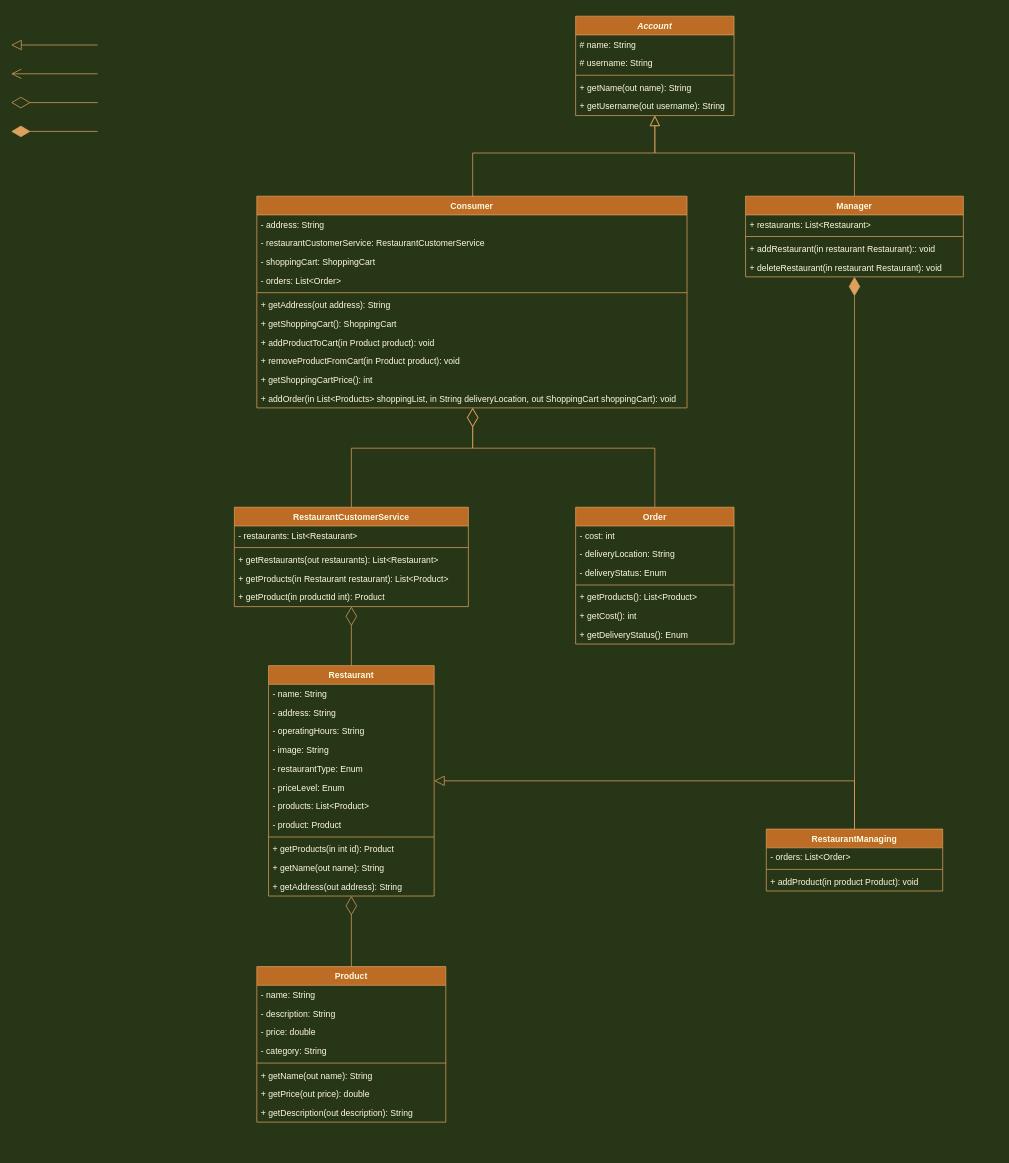
Above: UML/AWA_UML_Class.drawio in AWAProjectT35/awa-documentation (draw.io), before the change. Source tidied: cells renumbered, new cells numbered last; positions are measured from the earlier drawing's top-left corner, leaving out a move shared by most shapes. Both pictures are drawn from the tidied source at 72%, with x=0, y=0 at pixel (11, 16).
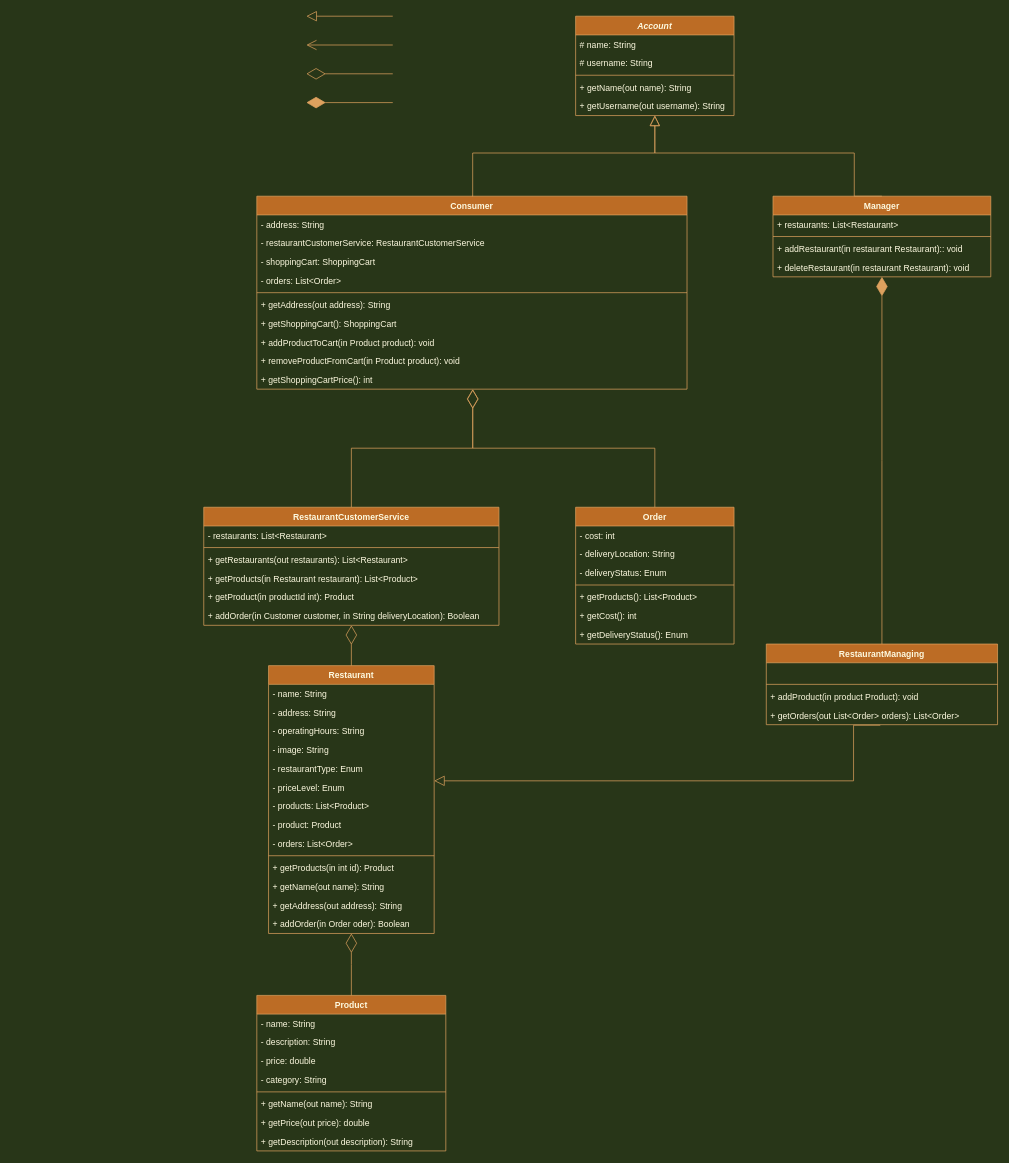
After the change.

Commit message (it also covers changes not shown here):
UML Class Diagram: Ordering done?

The change refers to these unchanged cells:
```xml
<mxCell id="19" value="+ getShoppingCartPrice(): int" style="text;strokeColor=none;fillColor=none;align=left;verticalAlign=top;spacingLeft=4;spacingRight=4;overflow=hidden;points=[[0,0.5],[1,0.5]];portConstraint=eastwest;rounded=0;shadow=0;glass=0;labelBorderColor=none;fontColor=#FEFAE0;" parent="9" vertex="1">
  <mxGeometry y="242" width="597.5" height="26" as="geometry" />
</mxCell>
<mxCell id="49" value="Order&#10;" style="swimlane;fontStyle=1;align=center;verticalAlign=top;horizontal=1;startSize=26;rounded=0;shadow=0;glass=0;labelBorderColor=none;strokeColor=#DDA15E;fillColor=#BC6C25;fontColor=#FEFAE0;" parent="1" vertex="1">
  <mxGeometry x="784" y="682" width="220" height="190" as="geometry" />
</mxCell>
```

The edit, as a diff of the source:
```diff
@@
     <mxCell id="2" style="endArrow=block;endFill=0;endSize=12;html=1;rounded=0;edgeStyle=orthogonalEdgeStyle;labelBackgroundColor=#283618;strokeColor=#DDA15E;fontColor=#FEFAE0;" parent="1" edge="1">
       <mxGeometry relative="1" as="geometry">
-        <mxPoint x="120" y="40" as="sourcePoint" />
-        <mxPoint y="40" as="targetPoint" />
+        <mxPoint x="530" as="sourcePoint" />
+        <mxPoint x="410" as="targetPoint" />
       </mxGeometry>
     </mxCell>
@@
     <mxCell id="9" value="Consumer" style="swimlane;fontStyle=1;align=center;verticalAlign=top;horizontal=1;startSize=26;rounded=0;shadow=0;glass=0;labelBorderColor=none;strokeColor=#DDA15E;fillColor=#BC6C25;fontColor=#FEFAE0;" parent="1" vertex="1">
-      <mxGeometry x="341.2" y="250" width="597.5" height="294" as="geometry" />
+      <mxGeometry x="341.2" y="250" width="597.5" height="268" as="geometry" />
     </mxCell>
@@
-    <mxCell id="20" value="+ addOrder(in List&lt;Products&gt; shoppingList, in String deliveryLocation, out ShoppingCart shoppingCart): void" style="text;strokeColor=none;fillColor=none;align=left;verticalAlign=top;spacingLeft=4;spacingRight=4;overflow=hidden;points=[[0,0.5],[1,0.5]];portConstraint=eastwest;rounded=0;shadow=0;glass=0;labelBorderColor=none;fontColor=#FEFAE0;" parent="9" vertex="1">
-      <mxGeometry y="268" width="597.5" height="26" as="geometry" />
-    </mxCell>
     <mxCell id="21" value="Manager" style="swimlane;fontStyle=1;align=center;verticalAlign=top;horizontal=1;startSize=26;rounded=0;shadow=0;glass=0;labelBorderColor=none;strokeColor=#DDA15E;fillColor=#BC6C25;fontColor=#FEFAE0;" parent="1" vertex="1">
-      <mxGeometry x="1020" y="250" width="302.5" height="112" as="geometry" />
+      <mxGeometry x="1058.1" y="250" width="302.5" height="112" as="geometry" />
     </mxCell>
@@
     <mxCell id="26" value="Product" style="swimlane;fontStyle=1;align=center;verticalAlign=top;horizontal=1;startSize=26;rounded=0;shadow=0;glass=0;labelBorderColor=none;strokeColor=#DDA15E;fillColor=#BC6C25;fontColor=#FEFAE0;" parent="1" vertex="1">
-      <mxGeometry x="341.2" y="1320" width="262.5" height="216" as="geometry" />
+      <mxGeometry x="341.2" y="1360" width="262.5" height="216" as="geometry" />
     </mxCell>
@@
     <mxCell id="35" value="Restaurant" style="swimlane;fontStyle=1;align=center;verticalAlign=top;horizontal=1;startSize=26;rounded=0;shadow=0;glass=0;labelBorderColor=none;strokeColor=#DDA15E;fillColor=#BC6C25;fontColor=#FEFAE0;" parent="1" vertex="1">
-      <mxGeometry x="357.5" y="902" width="230" height="320" as="geometry" />
+      <mxGeometry x="357.5" y="902" width="230" height="372" as="geometry" />
     </mxCell>
@@
+    <mxCell id="77" value="- orders: List&lt;Order&gt;" style="text;strokeColor=none;fillColor=none;align=left;verticalAlign=top;spacingLeft=4;spacingRight=4;overflow=hidden;rounded=0;shadow=0;glass=0;labelBorderColor=none;fontColor=#FEFAE0;" parent="35" vertex="1">
+      <mxGeometry y="234" width="230" height="26" as="geometry" />
+    </mxCell>
     <mxCell id="44" style="line;strokeWidth=1;fillColor=none;align=left;verticalAlign=middle;spacingTop=-1;spacingLeft=3;spacingRight=3;labelPosition=right;rounded=0;shadow=0;glass=0;labelBorderColor=none;labelBackgroundColor=#283618;strokeColor=#DDA15E;fontColor=#FEFAE0;" parent="35" vertex="1">
-      <mxGeometry y="234" width="230" height="8" as="geometry" />
+      <mxGeometry y="260" width="230" height="8" as="geometry" />
     </mxCell>
     <mxCell id="45" value="+ getProducts(in int id): Product" style="text;strokeColor=none;fillColor=none;align=left;verticalAlign=top;spacingLeft=4;spacingRight=4;overflow=hidden;rounded=0;shadow=0;glass=0;labelBorderColor=none;fontColor=#FEFAE0;" parent="35" vertex="1">
-      <mxGeometry y="242" width="230" height="26" as="geometry" />
+      <mxGeometry y="268" width="230" height="26" as="geometry" />
     </mxCell>
     <mxCell id="46" value="+ getName(out name): String" style="text;strokeColor=none;fillColor=none;align=left;verticalAlign=top;spacingLeft=4;spacingRight=4;overflow=hidden;rounded=0;shadow=0;glass=0;labelBorderColor=none;fontColor=#FEFAE0;" parent="35" vertex="1">
-      <mxGeometry y="268" width="230" height="26" as="geometry" />
+      <mxGeometry y="294" width="230" height="26" as="geometry" />
     </mxCell>
     <mxCell id="47" value="+ getAddress(out address): String" style="text;strokeColor=none;fillColor=none;align=left;verticalAlign=top;spacingLeft=4;spacingRight=4;overflow=hidden;rounded=0;shadow=0;glass=0;labelBorderColor=none;fontColor=#FEFAE0;" parent="35" vertex="1">
-      <mxGeometry y="294" width="230" height="26" as="geometry" />
+      <mxGeometry y="320" width="230" height="26" as="geometry" />
     </mxCell>
+    <mxCell id="78" value="+ addOrder(in Order oder): Boolean" style="text;strokeColor=none;fillColor=none;align=left;verticalAlign=top;spacingLeft=4;spacingRight=4;overflow=hidden;rounded=0;shadow=0;glass=0;labelBorderColor=none;fontColor=#FEFAE0;" parent="35" vertex="1">
+      <mxGeometry y="346" width="230" height="26" as="geometry" />
+    </mxCell>
     <mxCell id="48" style="endArrow=open;endFill=1;endSize=12;html=1;rounded=0;edgeStyle=orthogonalEdgeStyle;labelBackgroundColor=#283618;strokeColor=#DDA15E;fontColor=#FEFAE0;" parent="1" edge="1">
       <mxGeometry relative="1" as="geometry">
-        <mxPoint x="120" y="80" as="sourcePoint" />
-        <mxPoint y="80" as="targetPoint" />
+        <mxPoint x="530" y="40" as="sourcePoint" />
+        <mxPoint x="410" y="40" as="targetPoint" />
       </mxGeometry>
     </mxCell>
@@
     <mxCell id="57" value="RestaurantCustomerService" style="swimlane;fontStyle=1;align=center;verticalAlign=top;horizontal=1;startSize=26;rounded=0;shadow=0;glass=0;labelBorderColor=none;strokeColor=#DDA15E;fillColor=#BC6C25;fontColor=#FEFAE0;" parent="1" vertex="1">
-      <mxGeometry x="310" y="682" width="325" height="138" as="geometry" />
+      <mxGeometry x="267.5" y="682" width="410" height="164" as="geometry" />
     </mxCell>
     <mxCell id="58" value="- restaurants: List&lt;Restaurant&gt;" style="text;strokeColor=none;fillColor=none;align=left;verticalAlign=top;spacingLeft=4;spacingRight=4;overflow=hidden;rounded=0;shadow=0;glass=0;labelBorderColor=none;fontColor=#FEFAE0;" parent="57" vertex="1">
-      <mxGeometry y="26" width="325" height="26" as="geometry" />
+      <mxGeometry y="26" width="410" height="26" as="geometry" />
     </mxCell>
     <mxCell id="59" style="line;strokeWidth=1;fillColor=none;align=left;verticalAlign=middle;spacingTop=-1;spacingLeft=3;spacingRight=3;labelPosition=right;rounded=0;shadow=0;glass=0;labelBorderColor=none;labelBackgroundColor=#283618;strokeColor=#DDA15E;fontColor=#FEFAE0;" parent="57" vertex="1">
-      <mxGeometry y="52" width="325" height="8" as="geometry" />
+      <mxGeometry y="52" width="410" height="8" as="geometry" />
     </mxCell>
     <mxCell id="60" value="+ getRestaurants(out restaurants): List&lt;Restaurant&gt;" style="text;strokeColor=none;fillColor=none;align=left;verticalAlign=top;spacingLeft=4;spacingRight=4;overflow=hidden;rounded=0;shadow=0;glass=0;labelBorderColor=none;fontColor=#FEFAE0;" parent="57" vertex="1">
-      <mxGeometry y="60" width="325" height="26" as="geometry" />
+      <mxGeometry y="60" width="410" height="26" as="geometry" />
     </mxCell>
     <mxCell id="61" value="+ getProducts(in Restaurant restaurant): List&lt;Product&gt;" style="text;strokeColor=none;fillColor=none;align=left;verticalAlign=top;spacingLeft=4;spacingRight=4;overflow=hidden;rounded=0;shadow=0;glass=0;labelBorderColor=none;fontColor=#FEFAE0;" parent="57" vertex="1">
-      <mxGeometry y="86" width="325" height="26" as="geometry" />
+      <mxGeometry y="86" width="410" height="26" as="geometry" />
     </mxCell>
     <mxCell id="62" value="+ getProduct(in productId int): Product" style="text;strokeColor=none;fillColor=none;align=left;verticalAlign=top;spacingLeft=4;spacingRight=4;overflow=hidden;rounded=0;shadow=0;glass=0;labelBorderColor=none;fontColor=#FEFAE0;" parent="57" vertex="1">
-      <mxGeometry y="112" width="325" height="26" as="geometry" />
+      <mxGeometry y="112" width="410" height="26" as="geometry" />
     </mxCell>
+    <mxCell id="79" value="+ addOrder(in Customer customer, in String deliveryLocation): Boolean" style="text;strokeColor=none;fillColor=none;align=left;verticalAlign=top;spacingLeft=4;spacingRight=4;overflow=hidden;rounded=0;shadow=0;glass=0;labelBorderColor=none;fontColor=#FEFAE0;" parent="57" vertex="1">
+      <mxGeometry y="138" width="410" height="26" as="geometry" />
+    </mxCell>
@@
     <mxCell id="65" style="endArrow=diamondThin;endFill=0;endSize=24;html=1;rounded=0;edgeStyle=orthogonalEdgeStyle;strokeColor=#DDA15E;" parent="1" edge="1">
       <mxGeometry relative="1" as="geometry">
-        <mxPoint x="120" y="120" as="sourcePoint" />
-        <mxPoint y="120" as="targetPoint" />
+        <mxPoint x="530" y="80" as="sourcePoint" />
+        <mxPoint x="410" y="80" as="targetPoint" />
       </mxGeometry>
     </mxCell>
@@
     <mxCell id="69" value="RestaurantManaging" style="swimlane;fontStyle=1;align=center;verticalAlign=top;horizontal=1;startSize=26;rounded=0;shadow=0;glass=0;labelBorderColor=none;strokeColor=#DDA15E;fillColor=#BC6C25;fontColor=#FEFAE0;" parent="1" vertex="1">
-      <mxGeometry x="1048.8" y="1129" width="245" height="86" as="geometry" />
+      <mxGeometry x="1048.8" y="872" width="321.2" height="112" as="geometry" />
     </mxCell>
-    <mxCell id="70" value="- orders: List&lt;Order&gt;" style="text;strokeColor=none;fillColor=none;align=left;verticalAlign=top;spacingLeft=4;spacingRight=4;overflow=hidden;rounded=0;shadow=0;glass=0;labelBorderColor=none;fontColor=#FEFAE0;" parent="69" vertex="1">
-      <mxGeometry y="26" width="245" height="26" as="geometry" />
+    <mxCell id="70" value=" " style="text;strokeColor=none;fillColor=none;align=left;verticalAlign=top;spacingLeft=4;spacingRight=4;overflow=hidden;rounded=0;shadow=0;glass=0;labelBorderColor=none;fontColor=#FEFAE0;" parent="69" vertex="1">
+      <mxGeometry y="26" width="321.2" height="26" as="geometry" />
     </mxCell>
     <mxCell id="71" style="line;strokeWidth=1;fillColor=none;align=left;verticalAlign=middle;spacingTop=-1;spacingLeft=3;spacingRight=3;labelPosition=right;rounded=0;shadow=0;glass=0;labelBorderColor=none;labelBackgroundColor=#283618;strokeColor=#DDA15E;fontColor=#FEFAE0;" parent="69" vertex="1">
-      <mxGeometry y="52" width="245" height="8" as="geometry" />
+      <mxGeometry y="52" width="321.2" height="8" as="geometry" />
     </mxCell>
     <mxCell id="72" value="+ addProduct(in product Product): void" style="text;strokeColor=none;fillColor=none;align=left;verticalAlign=top;spacingLeft=4;spacingRight=4;overflow=hidden;rounded=0;shadow=0;glass=0;labelBorderColor=none;fontColor=#FEFAE0;" parent="69" vertex="1">
-      <mxGeometry y="60" width="245" height="26" as="geometry" />
+      <mxGeometry y="60" width="321.2" height="26" as="geometry" />
     </mxCell>
+    <mxCell id="80" value="+ getOrders(out List&lt;Order&gt; orders): List&lt;Order&gt;" style="text;strokeColor=none;fillColor=none;align=left;verticalAlign=top;spacingLeft=4;spacingRight=4;overflow=hidden;points=[[0,0.5],[1,0.5]];portConstraint=eastwest;rounded=0;shadow=0;glass=0;labelBorderColor=none;fontColor=#FEFAE0;" parent="69" vertex="1">
+      <mxGeometry y="86" width="321.2" height="26" as="geometry" />
+    </mxCell>
-    <mxCell id="73" style="endArrow=block;endFill=0;endSize=12;html=1;rounded=0;edgeStyle=orthogonalEdgeStyle;labelBackgroundColor=#283618;strokeColor=#DDA15E;fontColor=#FEFAE0;exitX=0.5;exitY=0;exitDx=0;exitDy=0;" parent="1" edge="1" source="69" target="35">
+    <mxCell id="73" style="endArrow=block;endFill=0;endSize=12;html=1;rounded=0;edgeStyle=orthogonalEdgeStyle;labelBackgroundColor=#283618;strokeColor=#DDA15E;fontColor=#FEFAE0;exitX=0.493;exitY=1.03;exitDx=0;exitDy=0;exitPerimeter=0;" parent="1" edge="1" source="80" target="35">
       <mxGeometry relative="1" as="geometry">
         <Array as="points">
-          <mxPoint x="1171" y="1062" />
+          <mxPoint x="1170" y="1062" />
         </Array>
       </mxGeometry>
     </mxCell>
     <mxCell id="74" style="endArrow=diamondThin;endFill=1;endSize=24;html=1;rounded=0;strokeColor=#DDA15E;edgeStyle=orthogonalEdgeStyle;" parent="1" edge="1">
       <mxGeometry relative="1" as="geometry">
-        <mxPoint x="120" y="160" as="sourcePoint" />
-        <mxPoint y="160" as="targetPoint" />
+        <mxPoint x="530" y="120" as="sourcePoint" />
+        <mxPoint x="410" y="120" as="targetPoint" />
       </mxGeometry>
     </mxCell>
@@
-    <mxCell id="76" style="endArrow=diamondThin;endFill=0;endSize=24;html=1;rounded=0;edgeStyle=orthogonalEdgeStyle;strokeColor=#DDA15E;exitX=0.5;exitY=0;exitDx=0;exitDy=0;" parent="1" edge="1" source="49" target="20">
+    <mxCell id="76" style="endArrow=diamondThin;endFill=0;endSize=24;html=1;rounded=0;edgeStyle=orthogonalEdgeStyle;strokeColor=#DDA15E;exitX=0.5;exitY=0;exitDx=0;exitDy=0;entryX=0.502;entryY=1.013;entryDx=0;entryDy=0;entryPerimeter=0;" parent="1" edge="1" source="49" target="19">
       <mxGeometry relative="1" as="geometry">
         <Array as="points">
           <mxPoint x="894" y="600" />
           <mxPoint x="641" y="600" />
         </Array>
       </mxGeometry>
     </mxCell>
```
